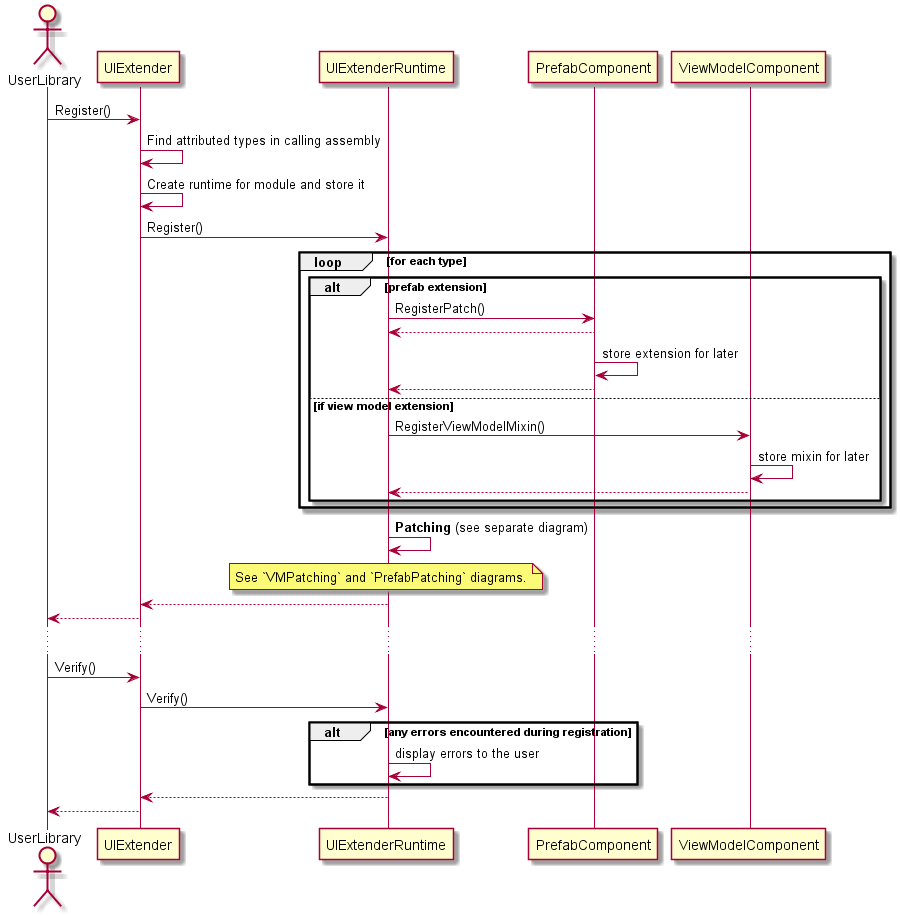
This is docs/articles/Runtime/Registration.png from BUTR/Bannerlord.UIExtenderEx, a PlantUML export, as it was before one commit. The source it was exported from:
```plantuml
@startuml

actor UserLibrary

UserLibrary -> UIExtender: Register()

UIExtender -> UIExtender: Find attributed types in calling assembly
UIExtender -> UIExtender: Create runtime for module and store it
UIExtender -> UIExtenderRuntime: Register()
loop for each type
    alt prefab extension
        UIExtenderRuntime -> PrefabComponent: RegisterPatch()
        PrefabComponent --> UIExtenderRuntime
        PrefabComponent -> PrefabComponent: store extension for later
        PrefabComponent --> UIExtenderRuntime
    else if view model extension
        UIExtenderRuntime -> ViewModelComponent: RegisterViewModelMixin()
        ViewModelComponent -> ViewModelComponent: store mixin for later
        ViewModelComponent --> UIExtenderRuntime
    end
end
UIExtenderRuntime  -> UIExtenderRuntime: <b>Patching</b> (see separate diagram)
note over UIExtenderRuntime
    See `VMPatching` and `PrefabPatching` diagrams.
endnote
UIExtenderRuntime --> UIExtender
UIExtender --> UserLibrary

...

UserLibrary -> UIExtender: Verify()
UIExtender -> UIExtenderRuntime: Verify()
alt any errors encountered during registration
UIExtenderRuntime -> UIExtenderRuntime: display errors to the user
end
UIExtenderRuntime --> UIExtender
UIExtender --> UserLibrary


@enduml
```
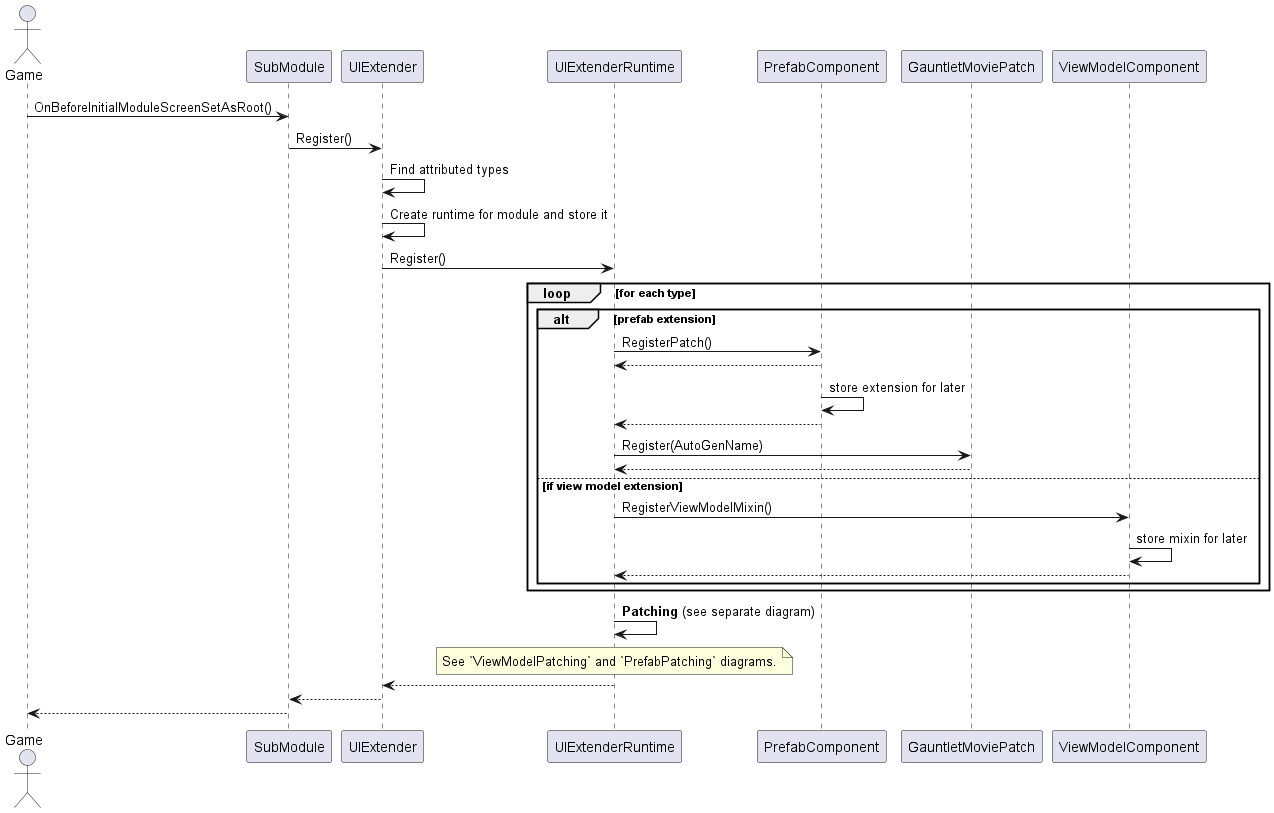
After the commit.

What changed in the source:
```diff
@@ -1,10 +1,11 @@
 @startuml
 
-actor UserLibrary
+actor Game
 
-UserLibrary -> UIExtender: Register()
+Game -> SubModule: OnBeforeInitialModuleScreenSetAsRoot()
+SubModule -> UIExtender: Register()
 
-UIExtender -> UIExtender: Find attributed types in calling assembly
+UIExtender -> UIExtender: Find attributed types
 UIExtender -> UIExtender: Create runtime for module and store it
 UIExtender -> UIExtenderRuntime: Register()
 loop for each type
@@ -13,28 +14,20 @@
         PrefabComponent --> UIExtenderRuntime
         PrefabComponent -> PrefabComponent: store extension for later
         PrefabComponent --> UIExtenderRuntime
+        UIExtenderRuntime -> GauntletMoviePatch: Register(AutoGenName)
+        GauntletMoviePatch --> UIExtenderRuntime
     else if view model extension
         UIExtenderRuntime -> ViewModelComponent: RegisterViewModelMixin()
         ViewModelComponent -> ViewModelComponent: store mixin for later
         ViewModelComponent --> UIExtenderRuntime
     end
 end
-UIExtenderRuntime  -> UIExtenderRuntime: <b>Patching</b> (see separate diagram)
+UIExtenderRuntime -> UIExtenderRuntime: <b>Patching</b> (see separate diagram)
 note over UIExtenderRuntime
-    See `VMPatching` and `PrefabPatching` diagrams.
+    See `ViewModelPatching` and `PrefabPatching` diagrams.
 endnote
 UIExtenderRuntime --> UIExtender
-UIExtender --> UserLibrary
-
-...
-
-UserLibrary -> UIExtender: Verify()
-UIExtender -> UIExtenderRuntime: Verify()
-alt any errors encountered during registration
-UIExtenderRuntime -> UIExtenderRuntime: display errors to the user
-end
-UIExtenderRuntime --> UIExtender
-UIExtender --> UserLibrary
-
+UIExtender --> SubModule
+SubModule --> Game
 
 @enduml
```
